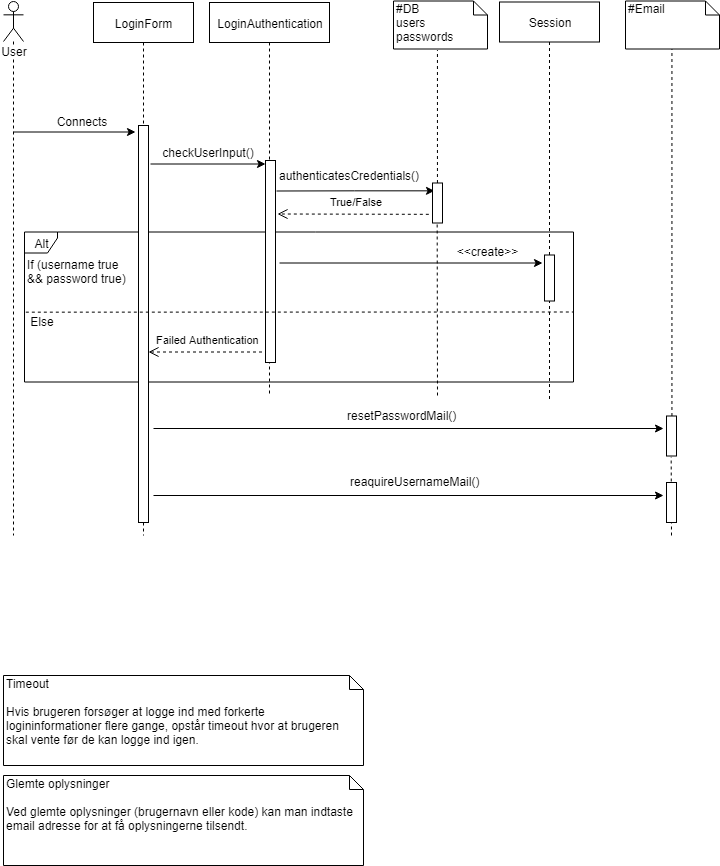
Above: docs/diagrams/AnalyseDiagrammer/Login/LoginSekvensDiagram.png in SBangslund/SE02_Projekt (draw.io), before the change. Source tidied: cells renumbered, new cells last; positions are measured from the earlier drawing's top-left corner, leaving out a move shared by most shapes.
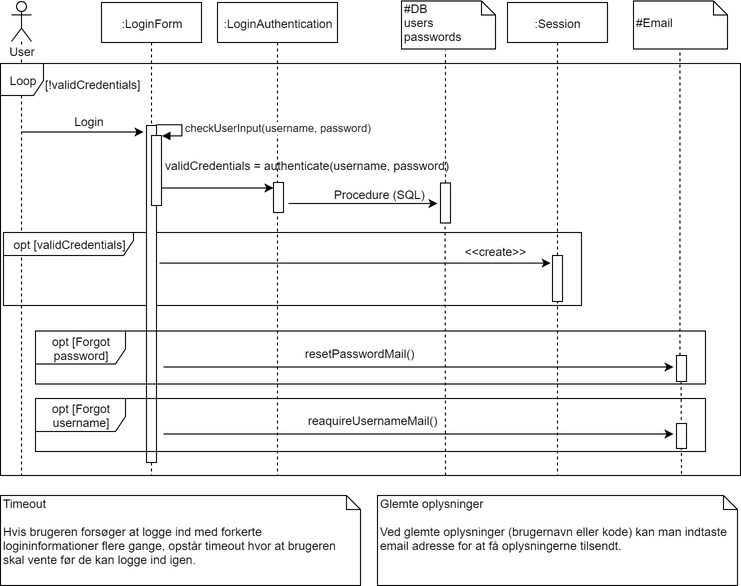
The same diagram one commit later.

Commit message:
Auto stash before merge of "docs" and "origin/docs"

Change to the diagram source:
```diff
@@ -2,9 +2,21 @@
   <root>
     <mxCell id="0" />
     <mxCell id="1" parent="0" />
+    <mxCell id="18" value="User" style="shape=umlLifeline;participant=umlActor;perimeter=lifelinePerimeter;whiteSpace=wrap;html=1;verticalAlign=top;spacingTop=36;labelBackgroundColor=#ffffff;" parent="1" vertex="1">
+      <mxGeometry width="20" height="474" as="geometry" />
+    </mxCell>
+    <mxCell id="38" value="Loop" style="shape=umlFrame;whiteSpace=wrap;html=1;width=43;height=32;" parent="1" vertex="1">
+      <mxGeometry x="-11" y="62" width="740" height="412" as="geometry" />
+    </mxCell>
+    <mxCell id="7" value=":LoginAuthentication" style="shape=umlLifeline;perimeter=lifelinePerimeter;whiteSpace=wrap;html=1;" parent="1" vertex="1">
+      <mxGeometry x="206" y="1" width="120" height="473" as="geometry" />
+    </mxCell>
+    <mxCell id="8" style="html=1;perimeter=orthogonalPerimeter;" parent="7" vertex="1">
+      <mxGeometry x="56" y="180" width="10" height="30" as="geometry" />
+    </mxCell>
     <mxCell id="2" style="endArrow=none;dashed=1;html=1;entryX=0.455;entryY=1.026;entryDx=0;entryDy=0;entryPerimeter=0;" parent="1" edge="1" target="37">
       <mxGeometry relative="1" as="geometry">
-        <mxPoint x="668" y="534" as="sourcePoint" />
+        <mxPoint x="670" y="472.5" as="sourcePoint" />
       </mxGeometry>
     </mxCell>
     <mxCell id="3" style="endArrow=none;dashed=1;html=1;entryX=0.455;entryY=1.026;entryDx=0;entryDy=0;entryPerimeter=0;" parent="1" edge="1">
@@ -13,23 +25,17 @@
         <mxPoint x="434" y="48.6" as="targetPoint" />
       </mxGeometry>
     </mxCell>
-    <mxCell id="4" value="Alt&lt;br&gt;" style="shape=umlFrame;whiteSpace=wrap;html=1;width=33;height=21;" parent="1" vertex="1">
-      <mxGeometry x="21" y="230.5" width="549" height="150" as="geometry" />
+    <mxCell id="4" value="opt [&lt;span&gt;validCredentials]&lt;/span&gt;&lt;br&gt;" style="shape=umlFrame;whiteSpace=wrap;html=1;width=130;height=23;" parent="1" vertex="1">
+      <mxGeometry x="-8" y="231" width="578" height="73" as="geometry" />
     </mxCell>
-    <mxCell id="5" value="LoginForm" style="shape=umlLifeline;perimeter=lifelinePerimeter;whiteSpace=wrap;html=1;" parent="1" vertex="1">
-      <mxGeometry x="90" y="1" width="100" height="533" as="geometry" />
+    <mxCell id="5" value=":LoginForm" style="shape=umlLifeline;perimeter=lifelinePerimeter;whiteSpace=wrap;html=1;" parent="1" vertex="1">
+      <mxGeometry x="90" y="1" width="100" height="473" as="geometry" />
     </mxCell>
     <mxCell id="6" style="html=1;perimeter=orthogonalPerimeter;" parent="5" vertex="1">
-      <mxGeometry x="45" y="123" width="10" height="397" as="geometry" />
+      <mxGeometry x="45" y="123" width="10" height="337" as="geometry" />
     </mxCell>
-    <mxCell id="7" value="LoginAuthentication" style="shape=umlLifeline;perimeter=lifelinePerimeter;whiteSpace=wrap;html=1;" parent="1" vertex="1">
-      <mxGeometry x="206" y="1" width="120" height="393" as="geometry" />
-    </mxCell>
-    <mxCell id="8" style="html=1;perimeter=orthogonalPerimeter;" parent="7" vertex="1">
-      <mxGeometry x="56" y="158" width="10" height="202" as="geometry" />
-    </mxCell>
-    <mxCell id="9" value="Session" style="shape=umlLifeline;perimeter=lifelinePerimeter;whiteSpace=wrap;html=1;" parent="1" vertex="1">
-      <mxGeometry x="496" y="0.5" width="100" height="400" as="geometry" />
+    <mxCell id="9" value=":Session" style="shape=umlLifeline;perimeter=lifelinePerimeter;whiteSpace=wrap;html=1;" parent="1" vertex="1">
+      <mxGeometry x="496" y="1" width="100" height="473" as="geometry" />
     </mxCell>
     <mxCell id="10" style="html=1;perimeter=orthogonalPerimeter;" parent="9" vertex="1">
       <mxGeometry x="45" y="253" width="10" height="46" as="geometry" />
@@ -40,79 +46,46 @@
         <mxPoint x="132" y="130.5" as="targetPoint" />
       </mxGeometry>
     </mxCell>
-    <mxCell id="12" value="Connects" style="text;html=1;strokeColor=none;fillColor=none;align=center;verticalAlign=middle;whiteSpace=wrap;rounded=0;" parent="1" vertex="1">
+    <mxCell id="12" value="Login" style="text;html=1;strokeColor=none;fillColor=none;align=center;verticalAlign=middle;whiteSpace=wrap;rounded=0;" parent="1" vertex="1">
       <mxGeometry x="58" y="109.5" width="40" height="20" as="geometry" />
     </mxCell>
     <mxCell id="13" value="&amp;lt;&amp;lt;create&amp;gt;&amp;gt;" style="text;html=1;strokeColor=none;fillColor=none;align=center;verticalAlign=middle;whiteSpace=wrap;rounded=0;" parent="1" vertex="1">
       <mxGeometry x="464" y="239.5" width="40" height="20" as="geometry" />
     </mxCell>
-    <mxCell id="14" value="Failed Authentication" style="html=1;verticalAlign=bottom;endArrow=open;dashed=1;endSize=8;" parent="1" edge="1">
-      <mxGeometry x="-0.04" y="-4" relative="1" as="geometry">
-        <mxPoint x="258.5" y="350.5" as="sourcePoint" />
-        <mxPoint x="145" y="350.5" as="targetPoint" />
-      </mxGeometry>
-    </mxCell>
-    <mxCell id="15" style="endArrow=none;dashed=1;html=1;exitX=0.112;exitY=0.042;exitDx=0;exitDy=0;exitPerimeter=0;" parent="1" edge="1" source="16">
-      <mxGeometry relative="1" as="geometry">
-        <mxPoint x="570" y="310.5" as="targetPoint" />
-      </mxGeometry>
-    </mxCell>
-    <mxCell id="16" value="Else" style="text;html=1;strokeColor=none;fillColor=none;align=center;verticalAlign=middle;whiteSpace=wrap;rounded=0;" parent="1" vertex="1">
-      <mxGeometry x="18" y="309.5" width="40" height="20" as="geometry" />
-    </mxCell>
     <mxCell id="17" value="#DB&lt;br&gt;users&lt;br&gt;passwords&lt;br&gt;" style="shape=note;whiteSpace=wrap;html=1;size=14;verticalAlign=top;align=left;spacingTop=-6;" parent="1" vertex="1">
       <mxGeometry x="390" y="-0.5" width="94" height="48" as="geometry" />
     </mxCell>
-    <mxCell id="18" value="User" style="shape=umlLifeline;participant=umlActor;perimeter=lifelinePerimeter;whiteSpace=wrap;html=1;verticalAlign=top;spacingTop=36;labelBackgroundColor=#ffffff;" parent="1" vertex="1">
-      <mxGeometry width="20" height="534" as="geometry" />
-    </mxCell>
-    <mxCell id="19" style="edgeStyle=orthogonalEdgeStyle;rounded=0;jettySize=auto;html=1;entryX=0.176;entryY=0.203;entryDx=0;entryDy=0;entryPerimeter=0;" parent="1" edge="1" target="20">
-      <mxGeometry relative="1" as="geometry">
-        <mxPoint x="273" y="189.5" as="sourcePoint" />
-      </mxGeometry>
-    </mxCell>
     <mxCell id="20" style="html=1;points=[];perimeter=orthogonalPerimeter;" parent="1" vertex="1">
       <mxGeometry x="429" y="181.5" width="10" height="40" as="geometry" />
     </mxCell>
     <mxCell id="21" style="endArrow=none;dashed=1;html=1;entryX=0.455;entryY=1.026;entryDx=0;entryDy=0;entryPerimeter=0;" parent="1" edge="1" target="20">
       <mxGeometry relative="1" as="geometry">
-        <mxPoint x="434" y="394" as="sourcePoint" />
+        <mxPoint x="434" y="474" as="sourcePoint" />
       </mxGeometry>
     </mxCell>
-    <mxCell id="22" value="True/False" style="html=1;verticalAlign=bottom;endArrow=open;dashed=1;endSize=8;exitX=-0.439;exitY=0.776;exitDx=0;exitDy=0;exitPerimeter=0;" parent="1" edge="1">
-      <mxGeometry x="-0.04" y="-4" relative="1" as="geometry">
-        <mxPoint x="425.3" y="212.8" as="sourcePoint" />
-        <mxPoint x="274" y="212.5" as="targetPoint" />
-      </mxGeometry>
-    </mxCell>
     <mxCell id="23" style="edgeStyle=orthogonalEdgeStyle;rounded=0;orthogonalLoop=1;jettySize=auto;html=1;" parent="1" edge="1">
       <mxGeometry relative="1" as="geometry">
-        <mxPoint x="147" y="162.5" as="sourcePoint" />
-        <mxPoint x="262" y="162.5" as="targetPoint" />
+        <mxPoint x="147" y="186.5" as="sourcePoint" />
+        <mxPoint x="262" y="186.5" as="targetPoint" />
       </mxGeometry>
     </mxCell>
-    <mxCell id="24" value="If (username true &lt;br&gt;&amp;amp;&amp;amp; password true)" style="text;html=1;align=left;verticalAlign=top;spacingTop=-4;" parent="1" vertex="1">
-      <mxGeometry x="22" y="253.5" width="110" height="30" as="geometry" />
-    </mxCell>
-    <mxCell id="25" style="edgeStyle=orthogonalEdgeStyle;rounded=0;orthogonalLoop=1;jettySize=auto;html=1;" parent="1" edge="1">
+    <mxCell id="25" style="edgeStyle=orthogonalEdgeStyle;rounded=0;orthogonalLoop=1;jettySize=auto;html=1;exitX=1.049;exitY=0.414;exitDx=0;exitDy=0;exitPerimeter=0;" parent="1" edge="1">
       <mxGeometry relative="1" as="geometry">
-        <mxPoint x="276" y="261.5" as="sourcePoint" />
+        <mxPoint x="148" y="261.6" as="sourcePoint" />
         <mxPoint x="539" y="261.5" as="targetPoint" />
+        <Array as="points">
+          <mxPoint x="442" y="262" />
+          <mxPoint x="442" y="262" />
+        </Array>
       </mxGeometry>
     </mxCell>
-    <mxCell id="26" value="checkUserInput()" style="text;html=1;strokeColor=none;fillColor=none;align=center;verticalAlign=middle;whiteSpace=wrap;rounded=0;" parent="1" vertex="1">
-      <mxGeometry x="184" y="140.5" width="40" height="20" as="geometry" />
-    </mxCell>
-    <mxCell id="27" value="authenticatesCredentials()" style="text;html=1;align=left;verticalAlign=top;spacingTop=-4;" parent="1" vertex="1">
-      <mxGeometry x="274" y="165" width="160" height="20" as="geometry" />
-    </mxCell>
     <mxCell id="28" value="Timeout&lt;br&gt;&lt;br&gt;Hvis brugeren forsøger at logge ind med forkerte logininformationer flere gange, opstår timeout hvor at brugeren skal vente før de kan logge ind igen.&lt;br&gt;" style="shape=note;whiteSpace=wrap;html=1;size=14;verticalAlign=top;align=left;spacingTop=-6;" parent="1" vertex="1">
-      <mxGeometry y="674" width="360" height="90" as="geometry" />
+      <mxGeometry x="-11" y="494" width="360" height="90" as="geometry" />
     </mxCell>
     <mxCell id="29" value="Glemte oplysninger&lt;br&gt;&lt;br&gt;Ved glemte oplysninger (brugernavn eller kode) kan man indtaste email adresse for at få oplysningerne tilsendt.&lt;br&gt;&lt;br&gt;&lt;br&gt;" style="shape=note;whiteSpace=wrap;html=1;size=14;verticalAlign=top;align=left;spacingTop=-6;" parent="1" vertex="1">
-      <mxGeometry y="774" width="360" height="90" as="geometry" />
+      <mxGeometry x="366" y="494" width="360" height="90" as="geometry" />
     </mxCell>
-    <mxCell id="30" value="#Email&lt;br&gt;&lt;br&gt;" style="shape=note;whiteSpace=wrap;html=1;size=14;verticalAlign=top;align=left;spacingTop=-6;" parent="1" vertex="1">
+    <mxCell id="30" value="&lt;br&gt;#Email&lt;br&gt;&lt;br&gt;" style="shape=note;whiteSpace=wrap;html=1;size=14;verticalAlign=top;align=left;spacingTop=-6;" parent="1" vertex="1">
       <mxGeometry x="622" y="-0.5" width="94" height="48" as="geometry" />
     </mxCell>
     <mxCell id="31" style="endArrow=none;dashed=1;html=1;entryX=0.455;entryY=1.026;entryDx=0;entryDy=0;entryPerimeter=0;" parent="1" edge="1" source="37">
@@ -122,27 +95,59 @@
     </mxCell>
     <mxCell id="32" style="endArrow=classic;html=1;" parent="1" edge="1">
       <mxGeometry relative="1" as="geometry">
-        <mxPoint x="150" y="427" as="sourcePoint" />
-        <mxPoint x="660" y="427" as="targetPoint" />
+        <mxPoint x="152" y="365.5" as="sourcePoint" />
+        <mxPoint x="662" y="365.5" as="targetPoint" />
       </mxGeometry>
     </mxCell>
     <mxCell id="33" value="resetPasswordMail()" style="text;html=1;align=left;verticalAlign=top;spacingTop=-4;" parent="1" vertex="1">
-      <mxGeometry x="342" y="404.5" width="120" height="20" as="geometry" />
+      <mxGeometry x="292" y="343" width="120" height="20" as="geometry" />
     </mxCell>
     <mxCell id="34" style="endArrow=classic;html=1;" parent="1" edge="1">
       <mxGeometry relative="1" as="geometry">
-        <mxPoint x="150" y="494" as="sourcePoint" />
-        <mxPoint x="660" y="494" as="targetPoint" />
+        <mxPoint x="152" y="432.5" as="sourcePoint" />
+        <mxPoint x="662" y="432.5" as="targetPoint" />
       </mxGeometry>
     </mxCell>
     <mxCell id="35" style="html=1;perimeter=orthogonalPerimeter;" parent="1" vertex="1">
-      <mxGeometry x="663" y="481" width="10" height="40" as="geometry" />
+      <mxGeometry x="665" y="422" width="10" height="25" as="geometry" />
     </mxCell>
     <mxCell id="36" value="reaquireUsernameMail()" style="text;html=1;align=left;verticalAlign=top;spacingTop=-4;" parent="1" vertex="1">
-      <mxGeometry x="344.5" y="471" width="150" height="20" as="geometry" />
+      <mxGeometry x="294.5" y="409.5" width="150" height="20" as="geometry" />
     </mxCell>
     <mxCell id="37" style="html=1;points=[];perimeter=orthogonalPerimeter;" parent="1" vertex="1">
-      <mxGeometry x="663" y="414.5" width="10" height="40" as="geometry" />
+      <mxGeometry x="665" y="354" width="10" height="26" as="geometry" />
     </mxCell>
+    <mxCell id="39" style="html=1;points=[];perimeter=orthogonalPerimeter;" parent="1" vertex="1">
+      <mxGeometry x="140" y="134" width="10" height="70" as="geometry" />
+    </mxCell>
+    <mxCell id="40" value="&lt;span&gt;checkUserInput(username, password)&lt;/span&gt;" style="edgeStyle=orthogonalEdgeStyle;html=1;align=left;spacingLeft=2;endArrow=block;rounded=0;entryX=1;entryY=0;" parent="1" edge="1" target="39">
+      <mxGeometry relative="1" as="geometry">
+        <mxPoint x="145" y="123.5" as="sourcePoint" />
+        <Array as="points">
+          <mxPoint x="170" y="123.5" />
+        </Array>
+      </mxGeometry>
+    </mxCell>
+    <mxCell id="41" style="edgeStyle=orthogonalEdgeStyle;rounded=0;orthogonalLoop=1;jettySize=auto;html=1;" parent="1" edge="1">
+      <mxGeometry relative="1" as="geometry">
+        <mxPoint x="277" y="202" as="sourcePoint" />
+        <mxPoint x="426" y="202" as="targetPoint" />
+      </mxGeometry>
+    </mxCell>
+    <mxCell id="42" value="Procedure (SQL)" style="text;html=1;align=left;verticalAlign=top;spacingTop=-4;" parent="1" vertex="1">
+      <mxGeometry x="321" y="184" width="110" height="20" as="geometry" />
+    </mxCell>
+    <mxCell id="43" value="validCredentials = authenticate(username, password)" style="text;html=1;align=left;verticalAlign=top;spacingTop=-4;" parent="1" vertex="1">
+      <mxGeometry x="152" y="154.5" width="300" height="20" as="geometry" />
+    </mxCell>
+    <mxCell id="44" value="[!validCredentials]" style="text;html=1;align=left;verticalAlign=top;spacingTop=-4;" parent="1" vertex="1">
+      <mxGeometry x="32" y="74" width="110" height="20" as="geometry" />
+    </mxCell>
+    <mxCell id="45" value="opt&amp;nbsp;&lt;span&gt;[Forgot username]&lt;/span&gt;" style="shape=umlFrame;whiteSpace=wrap;html=1;width=90;height=33;" parent="1" vertex="1">
+      <mxGeometry x="24" y="397" width="670" height="53" as="geometry" />
+    </mxCell>
+    <mxCell id="46" value="opt&amp;nbsp;&lt;span&gt;[Forgot password]&lt;/span&gt;" style="shape=umlFrame;whiteSpace=wrap;html=1;width=90;height=33;" parent="1" vertex="1">
+      <mxGeometry x="24" y="329.5" width="670" height="53" as="geometry" />
+    </mxCell>
   </root>
 </mxGraphModel>
```
